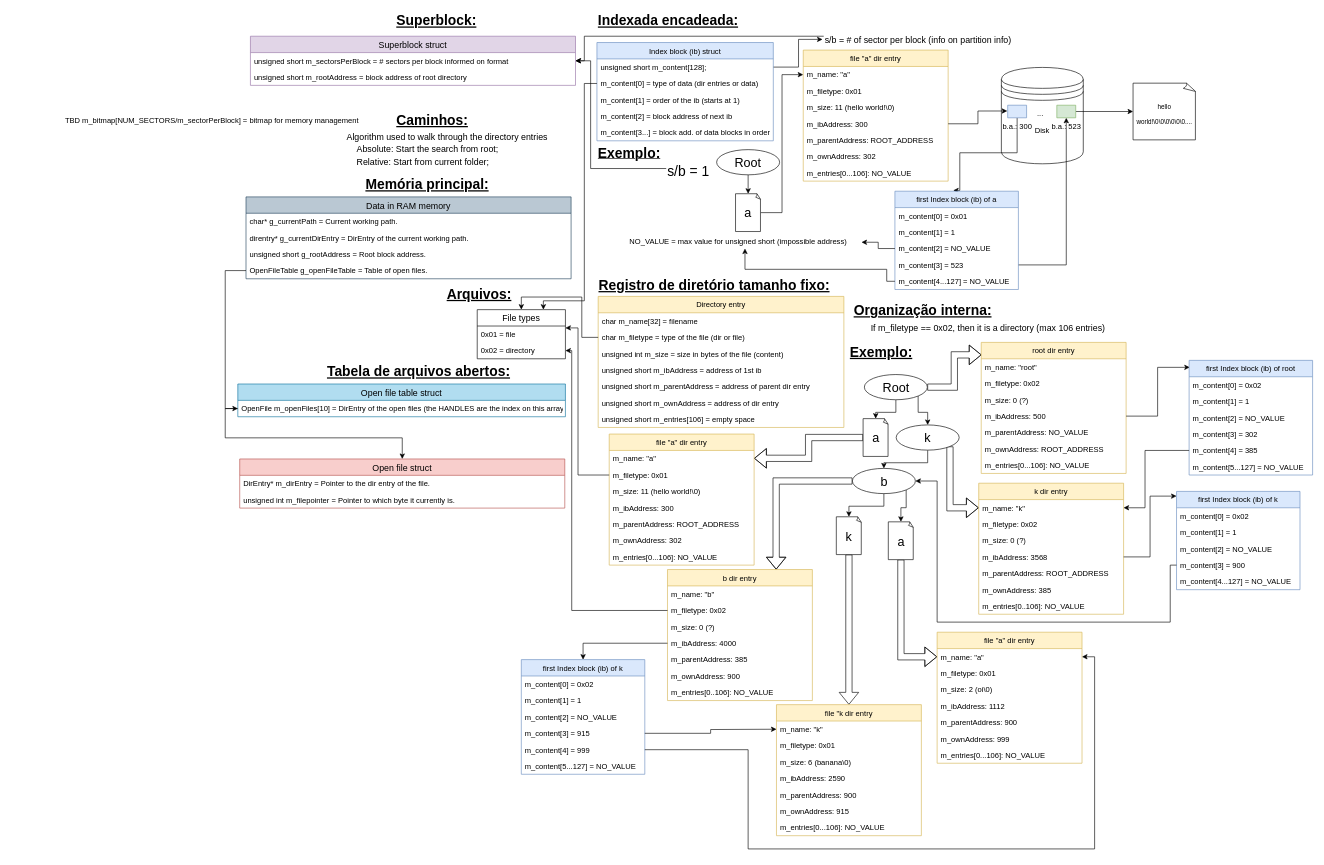
Above: diagrama.drawio in azhow/SISOPI-T2FS (draw.io), before the change. Source tidied: cells renumbered, new cells numbered last; positions are measured from the earlier drawing's top-left corner, leaving out a move shared by most shapes. Both pictures are drawn from the tidied source at 63%, with x=0, y=0 at pixel (61, 11).
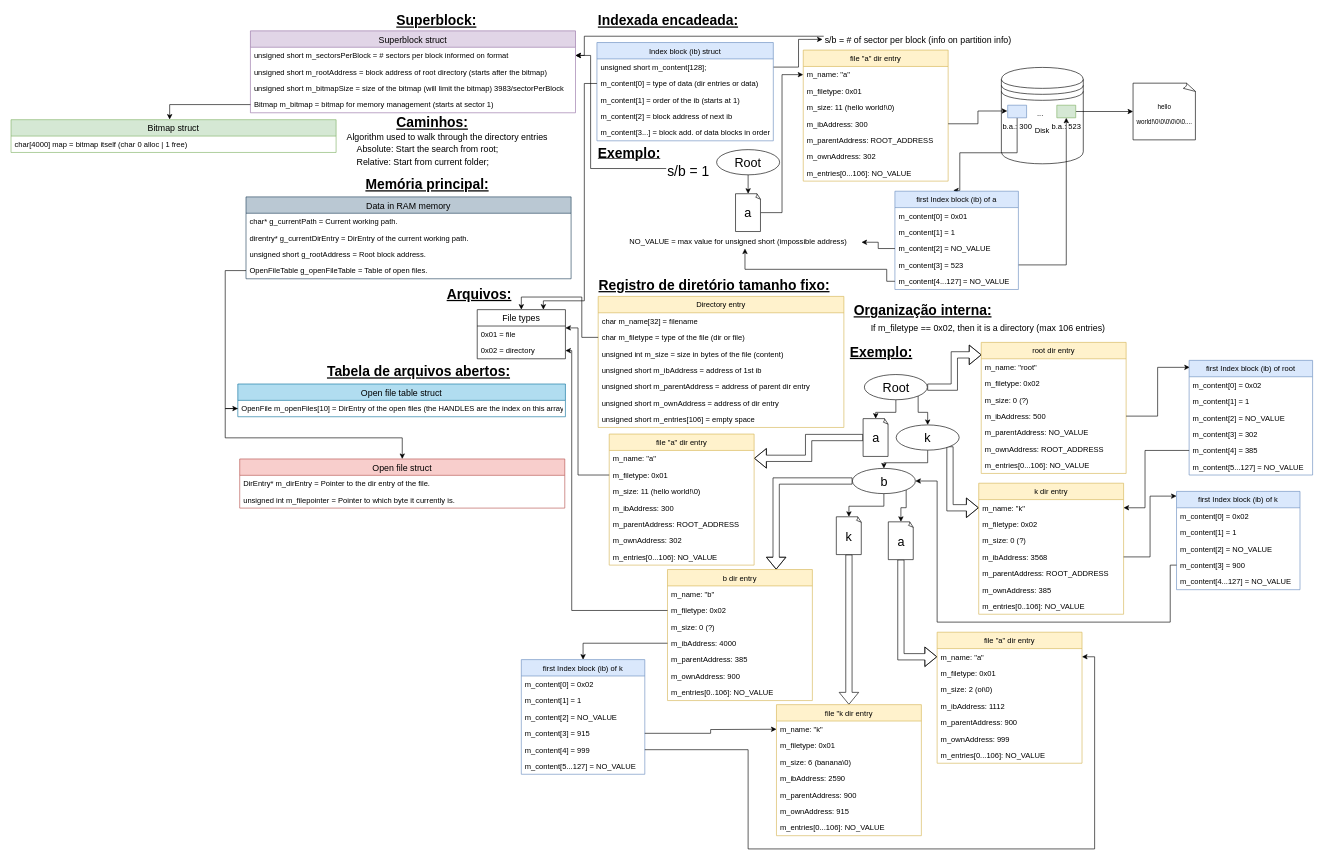
The same page after the edit.

Commit message (it also covers changes not shown here):
finished bitmap implementation and test

What changed in the source:
```diff
@@
     <mxCell id="118" value="Superblock struct" style="swimlane;fontStyle=0;horizontal=1;startSize=26;fillColor=#e1d5e7;rounded=0;shadow=0;glass=0;comic=0;fontSize=14;strokeColor=#9673a6;" parent="1" vertex="1">
-      <mxGeometry x="300" y="40" width="516" height="78" as="geometry" />
+      <mxGeometry x="300" y="31.5" width="516" height="130" as="geometry" />
     </mxCell>
@@
-    <mxCell id="120" value="unsigned short m_rootAddress = block address of root directory" style="text;strokeColor=none;fillColor=none;align=left;verticalAlign=top;spacingLeft=4;spacingRight=4;overflow=hidden;" parent="118" vertex="1">
+    <mxCell id="120" value="unsigned short m_rootAddress = block address of root directory (starts after the bitmap)" style="text;strokeColor=none;fillColor=none;align=left;verticalAlign=top;spacingLeft=4;spacingRight=4;overflow=hidden;" parent="118" vertex="1">
       <mxGeometry y="52" width="516" height="26" as="geometry" />
     </mxCell>
+    <mxCell id="180" value="unsigned short m_bitmapSize = size of the bitmap (will limit the bitmap) 3983/sectorPerBlock" style="text;strokeColor=none;fillColor=none;align=left;verticalAlign=top;spacingLeft=4;spacingRight=4;overflow=hidden;" parent="118" vertex="1">
+      <mxGeometry y="78" width="516" height="26" as="geometry" />
+    </mxCell>
+    <mxCell id="175" value="Bitmap m_bitmap = bitmap for memory management (starts at sector 1)" style="text;strokeColor=none;fillColor=none;align=left;verticalAlign=top;spacingLeft=4;spacingRight=4;overflow=hidden;points=[[0,0.5],[1,0.5]];portConstraint=eastwest;" parent="118" vertex="1">
+      <mxGeometry y="104" width="516" height="26" as="geometry" />
+    </mxCell>
@@
     <mxCell id="124" value="&lt;div style=&quot;font-size: 22px&quot;&gt;&lt;u&gt;&lt;b&gt;&lt;font style=&quot;font-size: 22px&quot;&gt;Caminhos:&lt;/font&gt;&lt;/b&gt;&lt;/u&gt;&lt;/div&gt;" style="text;html=1;align=left;verticalAlign=top;spacingTop=-4;" parent="1" vertex="1">
-      <mxGeometry x="530" y="157.5" width="130" height="20" as="geometry" />
+      <mxGeometry x="530" y="161.5" width="130" height="20" as="geometry" />
     </mxCell>
@@
-    <mxCell id="175" value="TBD m_bitmap[NUM_SECTORS/m_sectorPerBlock] = bitmap for memory management" style="text;strokeColor=none;fillColor=none;align=left;verticalAlign=top;spacingLeft=4;spacingRight=4;overflow=hidden;points=[[0,0.5],[1,0.5]];portConstraint=eastwest;" parent="1" vertex="1">
-      <mxGeometry y="159.5" width="516" height="26" as="geometry" />
-    </mxCell>
@@
+    <mxCell id="181" value="Bitmap struct" style="swimlane;fontStyle=0;horizontal=1;startSize=26;fillColor=#d5e8d4;rounded=0;shadow=0;glass=0;comic=0;fontSize=14;strokeColor=#82b366;" parent="1" vertex="1">
+      <mxGeometry x="-80" y="172.5" width="516" height="52" as="geometry" />
+    </mxCell>
+    <mxCell id="182" value="char[4000] map = bitmap itself (char 0 alloc | 1 free)" style="text;strokeColor=none;fillColor=none;align=left;verticalAlign=top;spacingLeft=4;spacingRight=4;overflow=hidden;" parent="181" vertex="1">
+      <mxGeometry y="26" width="516" height="26" as="geometry" />
+    </mxCell>
+    <mxCell id="183" style="edgeStyle=orthogonalEdgeStyle;rounded=0;jettySize=auto;html=1;exitX=0;exitY=0.5;exitDx=0;exitDy=0;entryX=0.488;entryY=-0.005;entryDx=0;entryDy=0;entryPerimeter=0;" parent="1" edge="1" source="175" target="181">
+      <mxGeometry relative="1" as="geometry" />
+    </mxCell>
```
